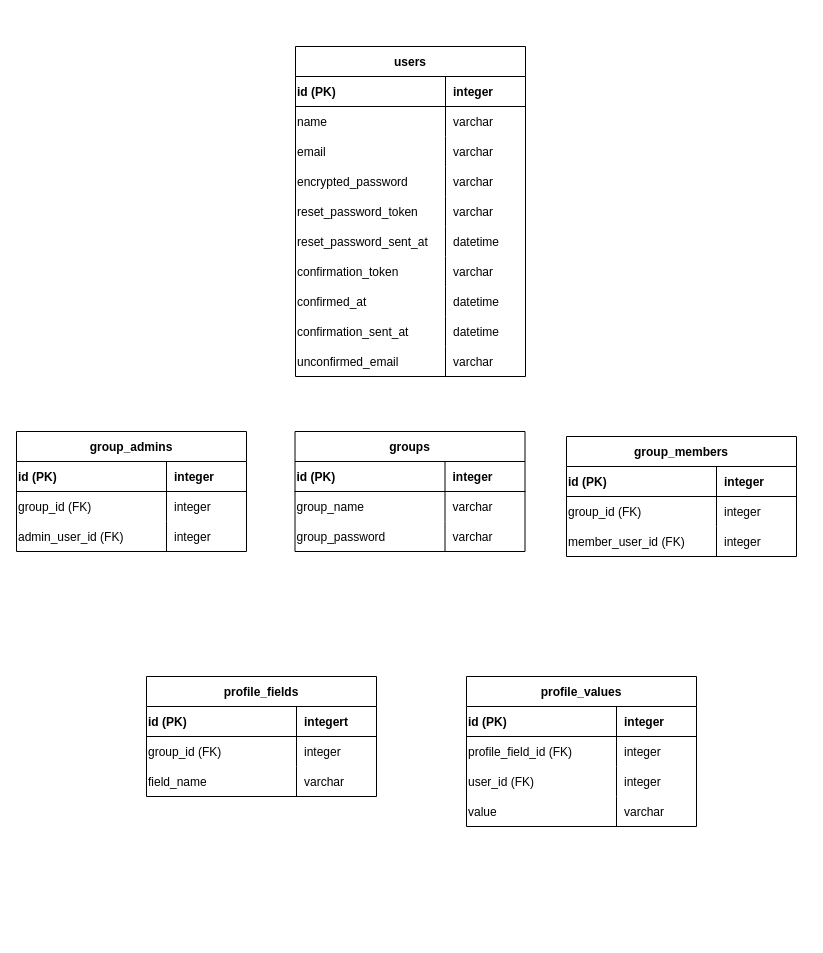
YutaKakiki/members_hub keeps this draw.io diagram as .dio. Above is the earlier version. Source tidied: cells renumbered, new cells numbered last; positions are measured from the earlier drawing's top-left corner, leaving out a move shared by most shapes. Both pictures are drawn from the tidied source at 100%, with x=0, y=0 at pixel (16, 46).
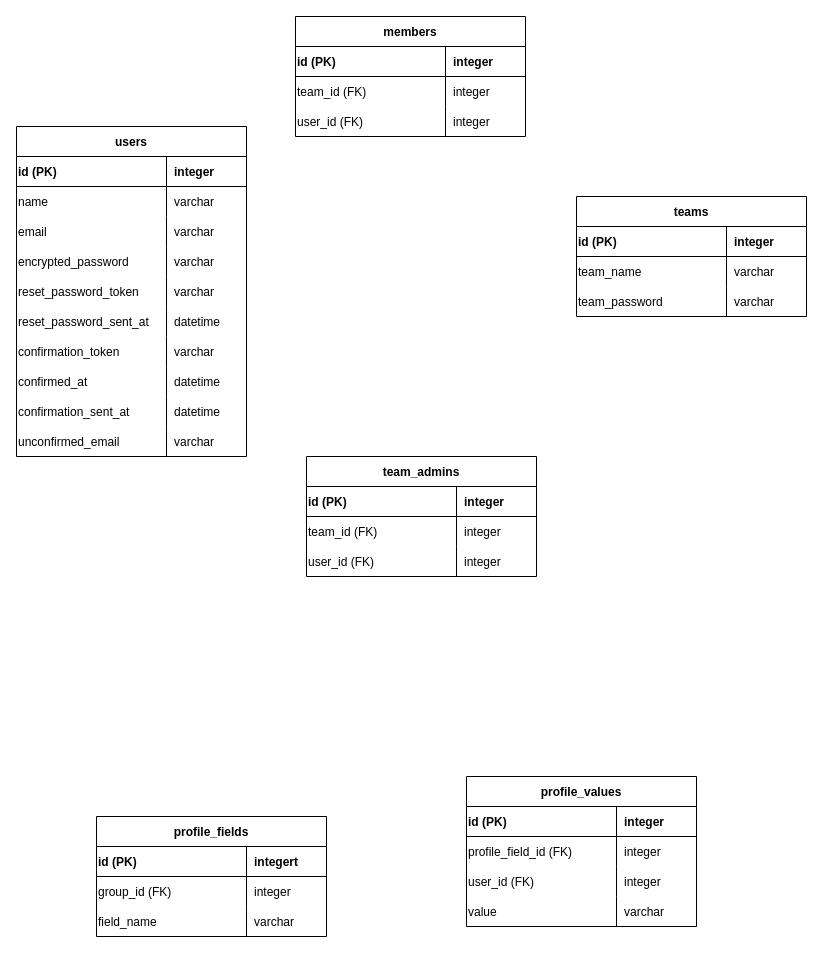
The same page after the edit.

The change refers to these unchanged cells:
```xml
<mxCell id="37" style="shape=tableRow;horizontal=0;startSize=0;swimlaneHead=0;swimlaneBody=0;fillColor=none;top=0;left=0;right=0;bottom=0;" parent="33" vertex="1">
  <mxGeometry y="60" width="230" height="30" as="geometry" />
</mxCell>
<mxCell id="40" style="shape=tableRow;horizontal=0;startSize=0;swimlaneHead=0;swimlaneBody=0;fillColor=none;top=0;left=0;right=0;bottom=0;" parent="33" vertex="1">
  <mxGeometry y="90" width="230" height="30" as="geometry" />
</mxCell>
<mxCell id="47" style="shape=tableRow;horizontal=0;startSize=0;swimlaneHead=0;swimlaneBody=0;fillColor=none;top=0;left=0;right=0;bottom=0;" parent="43" vertex="1">
  <mxGeometry y="60" width="230" height="30" as="geometry" />
</mxCell>
<mxCell id="50" style="shape=tableRow;horizontal=0;startSize=0;swimlaneHead=0;swimlaneBody=0;fillColor=none;top=0;left=0;right=0;bottom=0;" parent="43" vertex="1">
  <mxGeometry y="90" width="230" height="30" as="geometry" />
</mxCell>
<mxCell id="57" style="shape=tableRow;horizontal=0;startSize=0;swimlaneHead=0;swimlaneBody=0;fillColor=none;top=0;left=0;right=0;bottom=0;" parent="53" vertex="1">
  <mxGeometry y="60" width="230" height="30" as="geometry" />
</mxCell>
<mxCell id="60" style="shape=tableRow;horizontal=0;startSize=0;swimlaneHead=0;swimlaneBody=0;fillColor=none;top=0;left=0;right=0;bottom=0;" parent="53" vertex="1">
  <mxGeometry y="90" width="230" height="30" as="geometry" />
</mxCell>
```

Change to the diagram source:
```diff
@@
     <mxCell id="2" value="users" style="shape=table;startSize=30;childLayout=tableLayout;rowLines=0;fontStyle=1;align=center;" parent="1" vertex="1">
-      <mxGeometry x="279" width="230" height="330" as="geometry" />
+      <mxGeometry y="80" width="230" height="330" as="geometry" />
     </mxCell>
@@
-    <mxCell id="33" value="groups" style="shape=table;startSize=30;childLayout=tableLayout;rowLines=0;fontStyle=1;align=center;" parent="1" vertex="1">
-      <mxGeometry x="278.5" y="385" width="230" height="120" as="geometry" />
+    <mxCell id="33" value="teams" style="shape=table;startSize=30;childLayout=tableLayout;rowLines=0;fontStyle=1;align=center;" parent="1" vertex="1">
+      <mxGeometry x="560" y="150" width="230" height="120" as="geometry" />
     </mxCell>
@@
-    <mxCell id="38" value="group_name" style="shape=partialRectangle;fillColor=none;top=0;left=0;bottom=0;right=0;overflow=hidden;align=left;" parent="37" vertex="1">
+    <mxCell id="38" value="team_name" style="shape=partialRectangle;fillColor=none;top=0;left=0;bottom=0;right=0;overflow=hidden;align=left;" parent="37" vertex="1">
       <mxGeometry width="150" height="30" as="geometry" />
     </mxCell>
@@
-    <mxCell id="41" value="group_password" style="shape=partialRectangle;fillColor=none;top=0;left=0;bottom=0;right=0;overflow=hidden;align=left;" parent="40" vertex="1">
+    <mxCell id="41" value="team_password" style="shape=partialRectangle;fillColor=none;top=0;left=0;bottom=0;right=0;overflow=hidden;align=left;" parent="40" vertex="1">
       <mxGeometry width="150" height="30" as="geometry" />
     </mxCell>
@@
-    <mxCell id="43" value="group_members" style="shape=table;startSize=30;childLayout=tableLayout;rowLines=0;fontStyle=1;align=center;" parent="1" vertex="1">
-      <mxGeometry x="550" y="390" width="230" height="120" as="geometry" />
+    <mxCell id="43" value="members" style="shape=table;startSize=30;childLayout=tableLayout;rowLines=0;fontStyle=1;align=center;" parent="1" vertex="1">
+      <mxGeometry x="279" y="-30" width="230" height="120" as="geometry" />
     </mxCell>
@@
-    <mxCell id="48" value="group_id (FK)" style="shape=partialRectangle;fillColor=none;top=0;left=0;bottom=0;right=0;overflow=hidden;align=left;" parent="47" vertex="1">
+    <mxCell id="48" value="team_id (FK)" style="shape=partialRectangle;fillColor=none;top=0;left=0;bottom=0;right=0;overflow=hidden;align=left;" parent="47" vertex="1">
       <mxGeometry width="150" height="30" as="geometry" />
     </mxCell>
@@
-    <mxCell id="51" value="member_user_id (FK)" style="shape=partialRectangle;fillColor=none;top=0;left=0;bottom=0;right=0;overflow=hidden;align=left;" parent="50" vertex="1">
+    <mxCell id="51" value="user_id (FK)" style="shape=partialRectangle;fillColor=none;top=0;left=0;bottom=0;right=0;overflow=hidden;align=left;" parent="50" vertex="1">
       <mxGeometry width="150" height="30" as="geometry" />
     </mxCell>
@@
-    <mxCell id="53" value="group_admins" style="shape=table;startSize=30;childLayout=tableLayout;rowLines=0;fontStyle=1;align=center;" parent="1" vertex="1">
-      <mxGeometry y="385" width="230" height="120" as="geometry" />
+    <mxCell id="53" value="team_admins" style="shape=table;startSize=30;childLayout=tableLayout;rowLines=0;fontStyle=1;align=center;" parent="1" vertex="1">
+      <mxGeometry x="290" y="410" width="230" height="120" as="geometry" />
     </mxCell>
@@
-    <mxCell id="58" value="group_id (FK)" style="shape=partialRectangle;fillColor=none;top=0;left=0;bottom=0;right=0;overflow=hidden;align=left;" parent="57" vertex="1">
+    <mxCell id="58" value="team_id (FK)" style="shape=partialRectangle;fillColor=none;top=0;left=0;bottom=0;right=0;overflow=hidden;align=left;" parent="57" vertex="1">
       <mxGeometry width="150" height="30" as="geometry" />
     </mxCell>
@@
-    <mxCell id="61" value="admin_user_id (FK)" style="shape=partialRectangle;fillColor=none;top=0;left=0;bottom=0;right=0;overflow=hidden;align=left;" parent="60" vertex="1">
+    <mxCell id="61" value="user_id (FK)" style="shape=partialRectangle;fillColor=none;top=0;left=0;bottom=0;right=0;overflow=hidden;align=left;" parent="60" vertex="1">
       <mxGeometry width="150" height="30" as="geometry" />
     </mxCell>
@@
     <mxCell id="63" value="profile_fields" style="shape=table;startSize=30;childLayout=tableLayout;rowLines=0;fontStyle=1;align=center;" parent="1" vertex="1">
-      <mxGeometry x="130" y="630" width="230" height="120" as="geometry" />
+      <mxGeometry x="80" y="770" width="230" height="120" as="geometry" />
     </mxCell>
@@
     <mxCell id="73" value="profile_values" style="shape=table;startSize=30;childLayout=tableLayout;rowLines=0;fontStyle=1;align=center;" parent="1" vertex="1">
-      <mxGeometry x="450" y="630" width="230" height="150" as="geometry" />
+      <mxGeometry x="450" y="730" width="230" height="150" as="geometry" />
     </mxCell>
```
